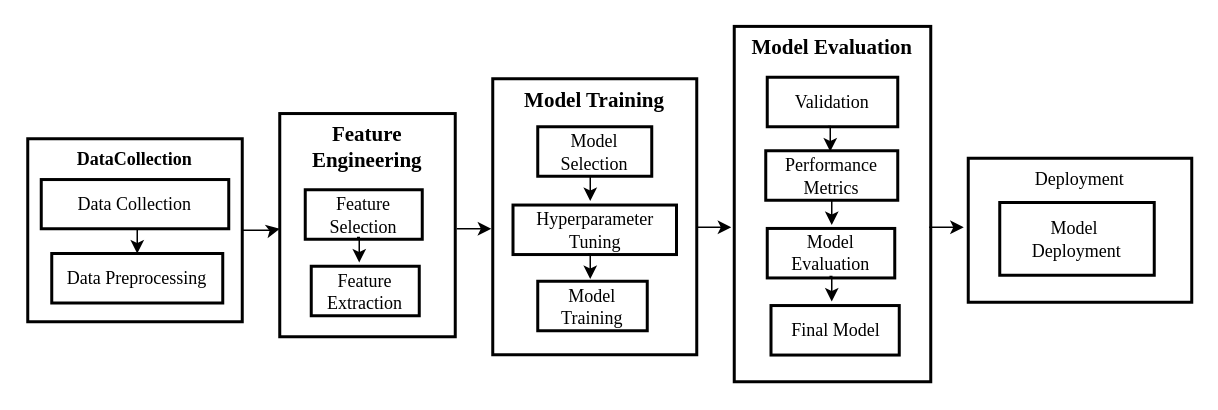
Before: data flow for ml.drawio in HEMATHCHANDRAN/ML, a draw.io diagram. Source tidied: cells renumbered, new cells numbered last; positions are measured from the earlier drawing's top-left corner, leaving out a move shared by most shapes. Both pictures are drawn from the tidied source at 150%, with x=0, y=0 at pixel (27, 26).
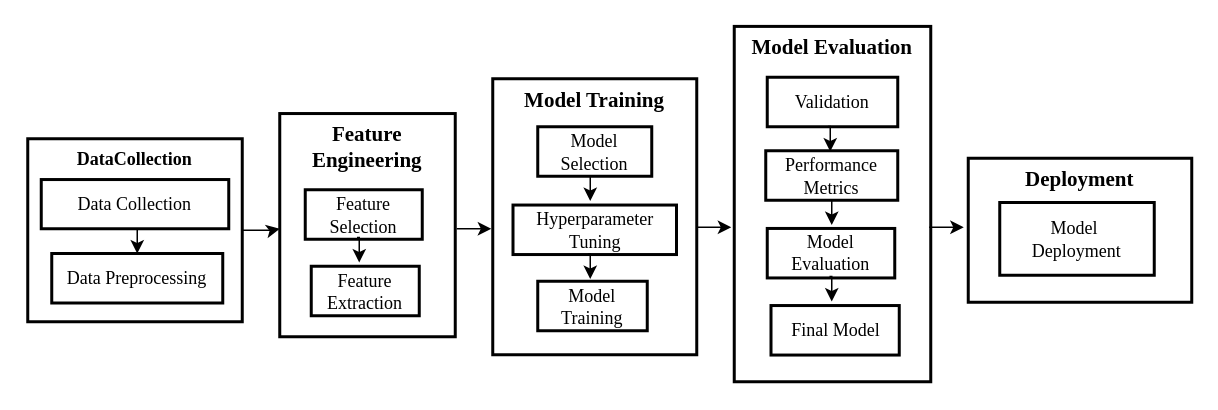
The same diagram, later.

The edit, as a diff of the source:
```diff
@@
-    <mxCell id="2" value="Deployment" style="whiteSpace=wrap;strokeWidth=2;verticalAlign=top;fontFamily=Times New Roman;" parent="1" vertex="1">
+    <mxCell id="2" value="Deployment" style="whiteSpace=wrap;strokeWidth=2;verticalAlign=top;fontFamily=Times New Roman;fontStyle=1;fontSize=14;" parent="1" vertex="1">
       <mxGeometry x="627" y="88" width="149" height="96" as="geometry" />
     </mxCell>
```
